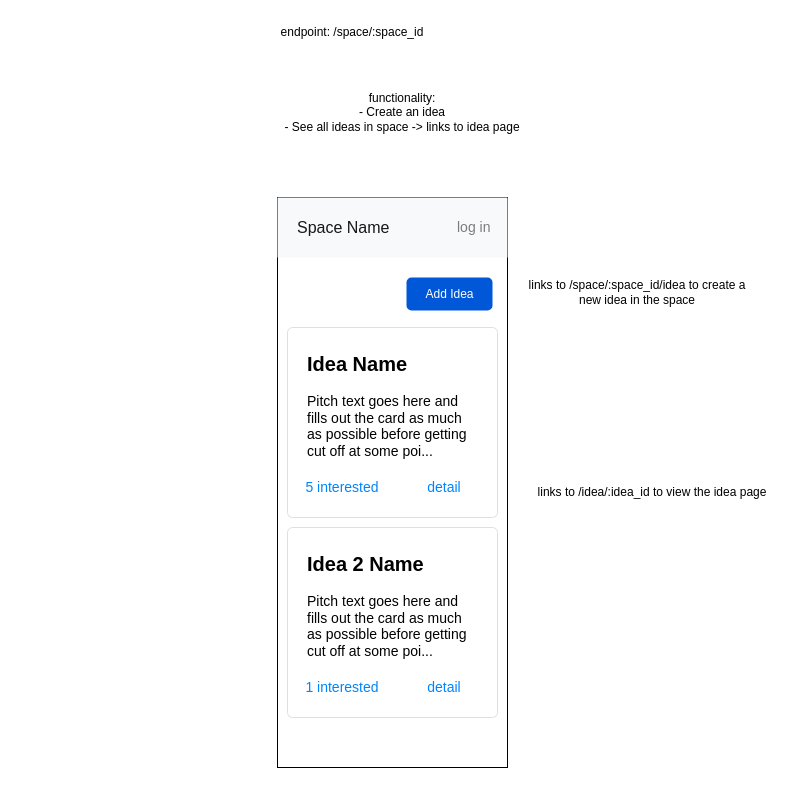
The draw.io diagram docs/space.drawio in jmichaelbrown8/elevator-pitch, before the edit. Source tidied: cells renumbered, new cells numbered last; positions are measured from the earlier drawing's top-left corner, leaving out a move shared by most shapes. Both pictures are drawn from the tidied source at 100%, with x=0, y=0 at pixel (267, 17).
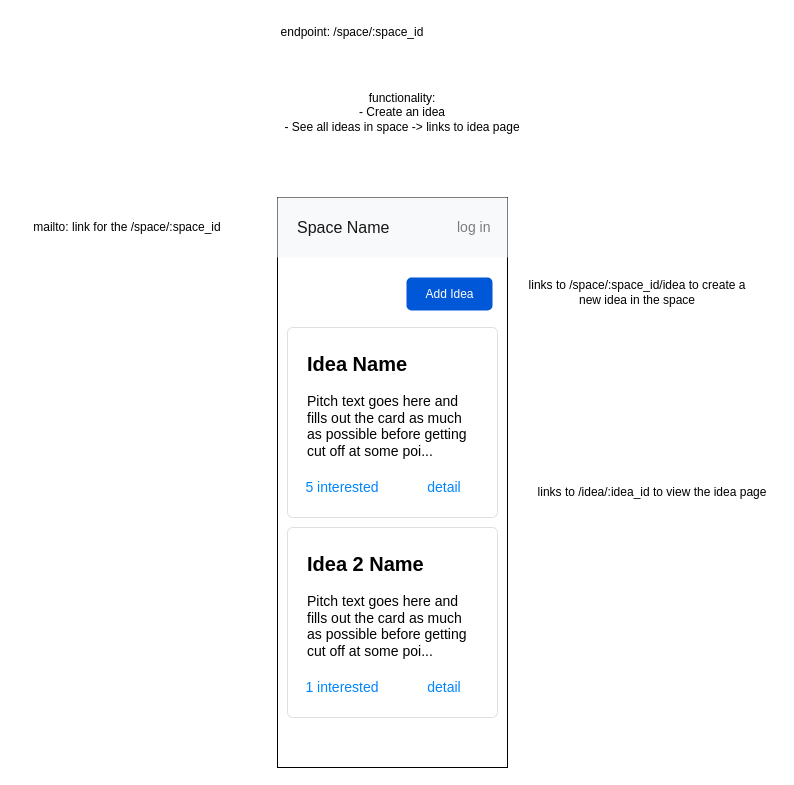
Above is the later version.

Diff of the diagram source:
```diff
@@
+    <mxCell id="17" value="mailto: link for the /space/:space_id" style="text;html=1;strokeColor=none;fillColor=none;align=center;verticalAlign=middle;whiteSpace=wrap;rounded=0;" parent="1" vertex="1">
+      <mxGeometry x="-250" y="195" width="220" height="30" as="geometry" />
+    </mxCell>
```
